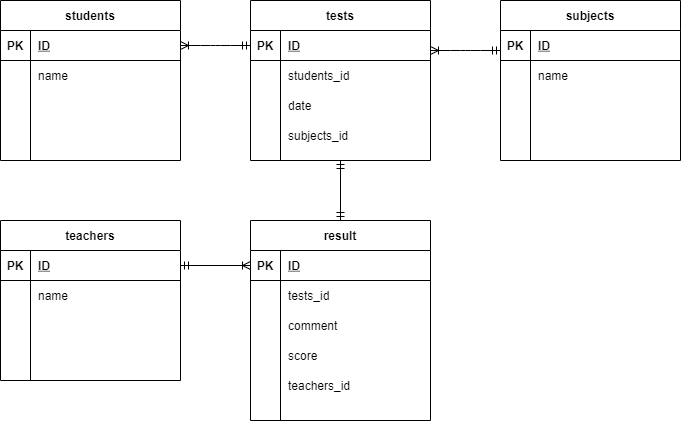
This is index.drawio.png from hisad/coachtech_DB, a draw.io export, as it was before one commit. Source tidied: cells renumbered, new cells last; positions are measured from the earlier drawing's top-left corner, leaving out a move shared by most shapes.
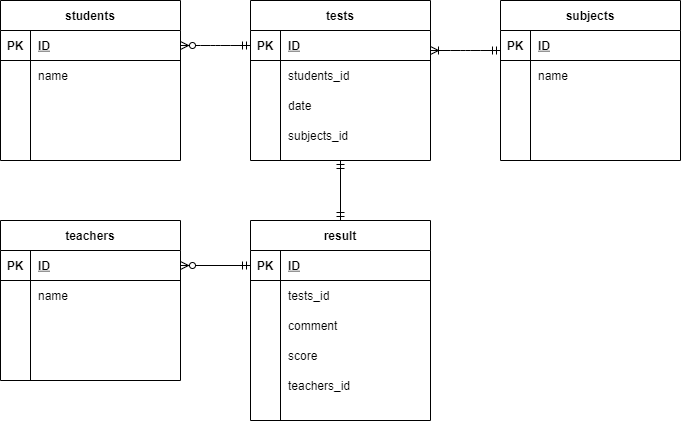
Above is the later version.

What changed in the source:
```diff
@@ -119,7 +119,7 @@
     <mxCell id="40" value="subjects_id" style="shape=partialRectangle;fillColor=none;top=0;left=0;bottom=0;right=0;align=left;spacingLeft=6;overflow=hidden;" parent="38" vertex="1">
       <mxGeometry x="30" width="150" height="30" as="geometry" />
     </mxCell>
-    <mxCell id="41" style="edgeStyle=entityRelationEdgeStyle;fontSize=12;html=1;endArrow=ERmandOne;exitX=1;exitY=0.5;exitDx=0;exitDy=0;entryX=0;entryY=0.5;entryDx=0;entryDy=0;endFill=0;startArrow=ERoneToMany;startFill=0;" parent="1" edge="1" source="3" target="29">
+    <mxCell id="41" style="edgeStyle=entityRelationEdgeStyle;fontSize=12;html=1;endArrow=ERmandOne;exitX=1;exitY=0.5;exitDx=0;exitDy=0;entryX=0;entryY=0.5;entryDx=0;entryDy=0;endFill=0;startArrow=ERzeroToMany;startFill=1;" parent="1" edge="1" source="3" target="29">
       <mxGeometry relative="1" as="geometry" />
     </mxCell>
     <mxCell id="42" value="result" style="shape=table;startSize=30;rowLines=0;fontStyle=1;align=center;" parent="1" vertex="1">
@@ -161,7 +161,7 @@
     <mxCell id="54" value="score" style="shape=partialRectangle;fillColor=none;top=0;left=0;bottom=0;right=0;align=left;spacingLeft=6;overflow=hidden;" parent="52" vertex="1">
       <mxGeometry x="30" width="150" height="30" as="geometry" />
     </mxCell>
-    <mxCell id="55" style="fontSize=12;html=1;endArrow=ERoneToMany;exitX=1;exitY=0.5;exitDx=0;exitDy=0;entryX=0;entryY=0.5;entryDx=0;entryDy=0;endFill=0;startArrow=ERmandOne;startFill=0;" parent="1" edge="1" source="16" target="43">
+    <mxCell id="55" style="fontSize=12;html=1;endArrow=ERmandOne;exitX=1;exitY=0.5;exitDx=0;exitDy=0;entryX=0;entryY=0.5;entryDx=0;entryDy=0;endFill=0;startArrow=ERzeroToMany;startFill=1;" parent="1" edge="1" source="16" target="43">
       <mxGeometry relative="1" as="geometry" />
     </mxCell>
     <mxCell id="56" value="subjects" style="shape=table;startSize=30;rowLines=0;fontStyle=1;align=center;" parent="1" vertex="1">
```
